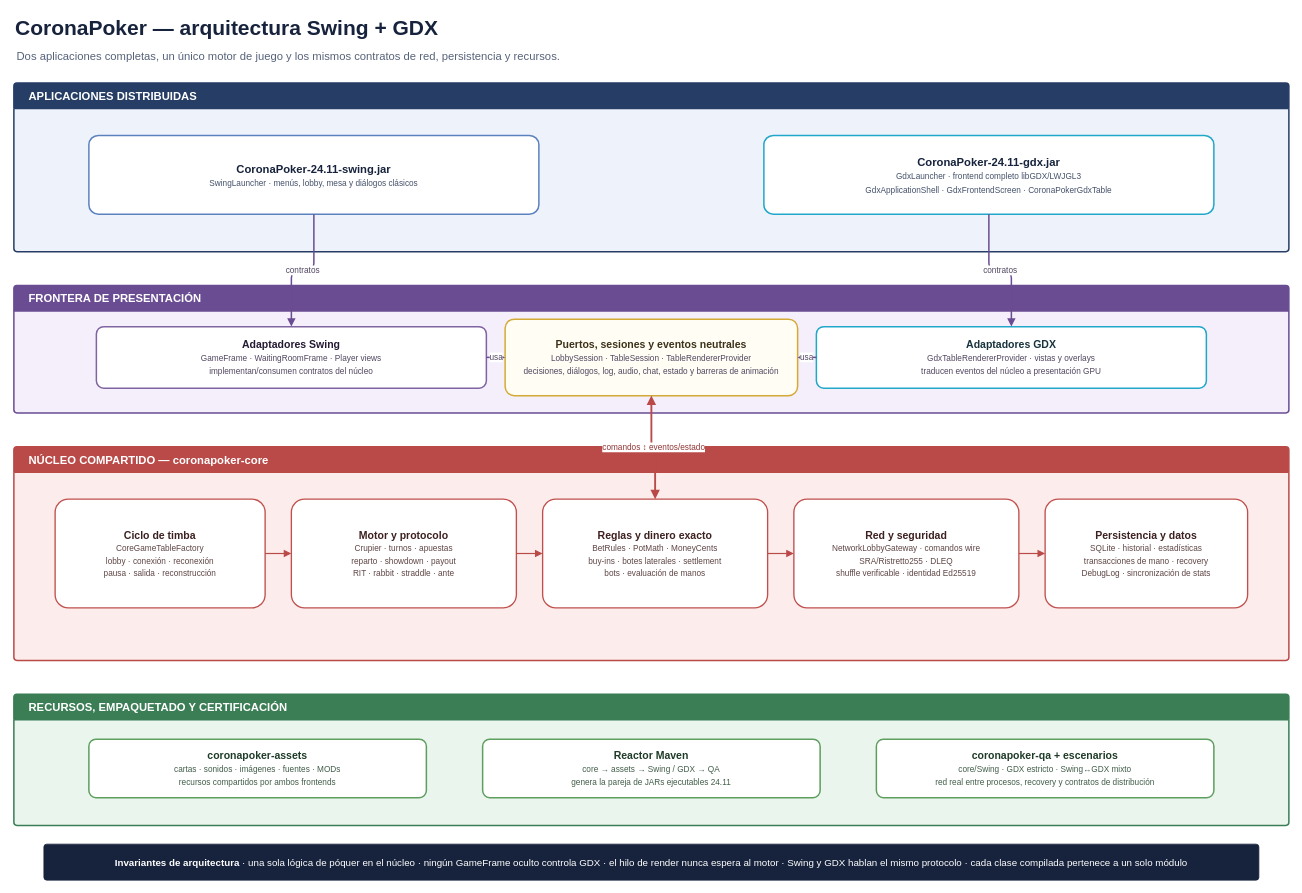
The draw.io diagram docs/diagrams/coronapoker-module-map.drawio in tonikelope/coronapoker, before the edit. Source tidied: cells renumbered, new cells numbered last; positions are measured from the earlier drawing's top-left corner, leaving out a move shared by most shapes. Both pictures are drawn from the tidied source at 75%, with x=0, y=0 at pixel (14, 13).
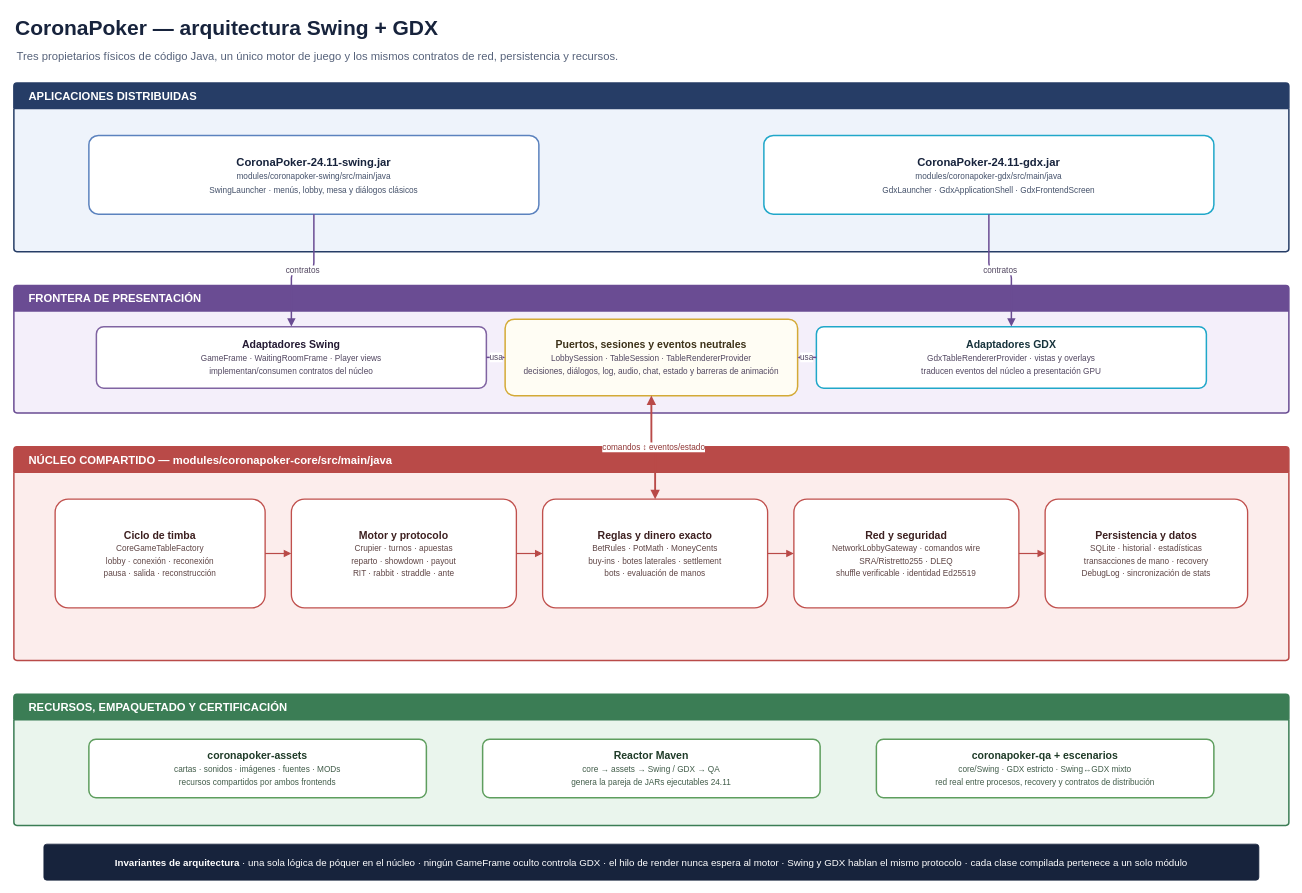
Above is the later version.

The edit, as a diff of the source:
```diff
@@
-    <mxCell id="3" value="Dos aplicaciones completas, un único motor de juego y los mismos contratos de red, persistencia y recursos." style="text;html=1;fontSize=15;fontColor=#56627a;align=left;verticalAlign=middle;" parent="1" vertex="1">
-      <mxGeometry x="2" y="44" width="1400" height="26" as="geometry" />
+    <mxCell id="3" value="Tres propietarios físicos de código Java, un único motor de juego y los mismos contratos de red, persistencia y recursos." style="text;html=1;fontSize=15;fontColor=#56627a;align=left;verticalAlign=middle;" parent="1" vertex="1">
+      <mxGeometry x="2" y="44" width="1500" height="26" as="geometry" />
     </mxCell>
@@
-    <mxCell id="5" value="&lt;b&gt;CoronaPoker-24.11-swing.jar&lt;/b&gt;&lt;br&gt;&lt;span style=&quot;font-size:11px;color:#44516a&quot;&gt;SwingLauncher · menús, lobby, mesa y diálogos clásicos&lt;/span&gt;" style="rounded=1;arcSize=12;whiteSpace=wrap;html=1;fillColor=#ffffff;strokeColor=#5b82be;strokeWidth=2;fontColor=#17233c;fontSize=15;align=center;verticalAlign=middle;spacing=8;" parent="1" vertex="1">
+    <mxCell id="5" value="&lt;b&gt;CoronaPoker-24.11-swing.jar&lt;/b&gt;&lt;br&gt;&lt;span style=&quot;font-size:11px;color:#44516a&quot;&gt;modules/coronapoker-swing/src/main/java&lt;br&gt;SwingLauncher · menús, lobby, mesa y diálogos clásicos&lt;/span&gt;" style="rounded=1;arcSize=12;whiteSpace=wrap;html=1;fillColor=#ffffff;strokeColor=#5b82be;strokeWidth=2;fontColor=#17233c;fontSize=15;align=center;verticalAlign=middle;spacing=8;" parent="1" vertex="1">
       <mxGeometry x="100" y="163" width="600" height="105" as="geometry" />
     </mxCell>
-    <mxCell id="6" value="&lt;b&gt;CoronaPoker-24.11-gdx.jar&lt;/b&gt;&lt;br&gt;&lt;span style=&quot;font-size:11px;color:#44516a&quot;&gt;GdxLauncher · frontend completo libGDX/LWJGL3&lt;br&gt;GdxApplicationShell · GdxFrontendScreen · CoronaPokerGdxTable&lt;/span&gt;" style="rounded=1;arcSize=12;whiteSpace=wrap;html=1;fillColor=#ffffff;strokeColor=#20a7c9;strokeWidth=2;fontColor=#17233c;fontSize=15;align=center;verticalAlign=middle;spacing=8;" parent="1" vertex="1">
+    <mxCell id="6" value="&lt;b&gt;CoronaPoker-24.11-gdx.jar&lt;/b&gt;&lt;br&gt;&lt;span style=&quot;font-size:11px;color:#44516a&quot;&gt;modules/coronapoker-gdx/src/main/java&lt;br&gt;GdxLauncher · GdxApplicationShell · GdxFrontendScreen&lt;/span&gt;" style="rounded=1;arcSize=12;whiteSpace=wrap;html=1;fillColor=#ffffff;strokeColor=#20a7c9;strokeWidth=2;fontColor=#17233c;fontSize=15;align=center;verticalAlign=middle;spacing=8;" parent="1" vertex="1">
       <mxGeometry x="1000" y="163" width="600" height="105" as="geometry" />
     </mxCell>
@@
-    <mxCell id="11" value="NÚCLEO COMPARTIDO — coronapoker-core" style="swimlane;rounded=1;arcSize=4;startSize=34;html=1;fillColor=#b94a48;swimlaneFillColor=#fcedec;strokeColor=#b94a48;strokeWidth=2;fontColor=#ffffff;fontStyle=1;fontSize=15;align=left;spacingLeft=18;" parent="1" vertex="1">
+    <mxCell id="11" value="NÚCLEO COMPARTIDO — modules/coronapoker-core/src/main/java" style="swimlane;rounded=1;arcSize=4;startSize=34;html=1;fillColor=#b94a48;swimlaneFillColor=#fcedec;strokeColor=#b94a48;strokeWidth=2;fontColor=#ffffff;fontStyle=1;fontSize=15;align=left;spacingLeft=18;" parent="1" vertex="1">
       <mxGeometry y="578" width="1700" height="285" as="geometry" />
     </mxCell>
```
